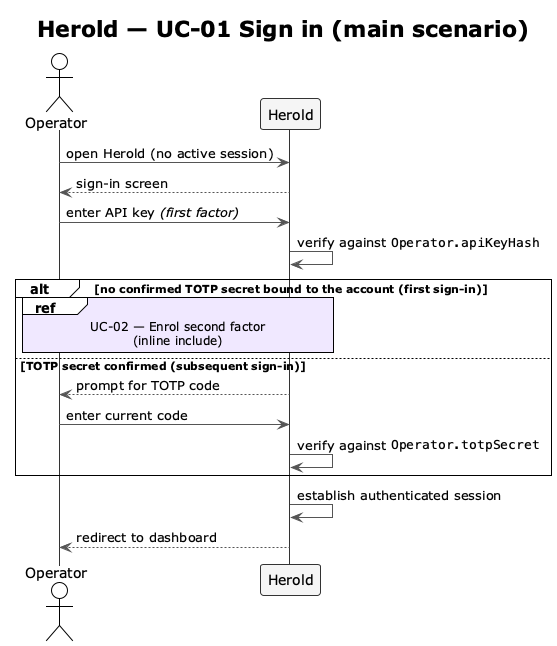
carstenlucke/herold keeps this PlantUML diagram as docs/spec/diagrams-png/f2-uc01-sign-in.png. Above is the earlier version.
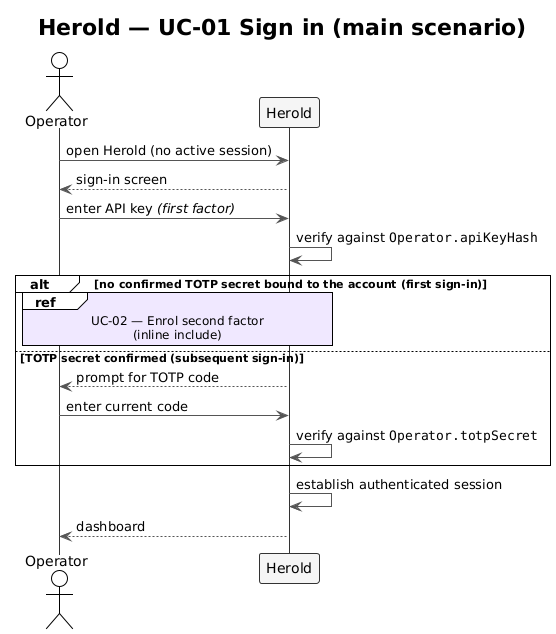
The same diagram one commit later.

The edit, as a diff of the source:
```diff
@@ -28,6 +28,6 @@
 end
 
 SYS ->  SYS : establish authenticated session
-SYS --> OP  : redirect to dashboard
+SYS --> OP  : dashboard
 
 @enduml
```
